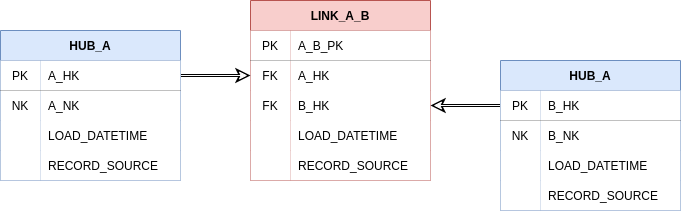
This is docs/assets/images/basic_hub_link.png from Datavault-UK/automate-dv-docs, a draw.io export, as it was before one commit. Source tidied: cells renumbered, new cells last; positions are measured from the earlier drawing's top-left corner, leaving out a move shared by most shapes.
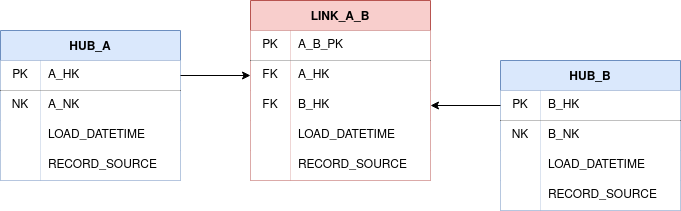
Later version of the same file.

Diff of the diagram source:
```diff
@@ -2,149 +2,137 @@
   <root>
     <mxCell id="0" />
     <mxCell id="1" parent="0" />
+    <mxCell id="48" value="HUB_A" style="shape=table;startSize=30;rowLines=0;fontStyle=1;align=center;fillColor=#dae8fc;strokeColor=#6c8ebf;swimlaneFillColor=none;" parent="1" vertex="1">
+      <mxGeometry y="30" width="180" height="150" as="geometry" />
+    </mxCell>
+    <mxCell id="49" style="shape=partialRectangle;html=1;whiteSpace=wrap;fillColor=none;top=0;left=0;bottom=1;right=0;points=[[0,0.5],[1,0.5]];portConstraint=eastwest;" parent="48" vertex="1">
+      <mxGeometry y="30" width="180" height="30" as="geometry" />
+    </mxCell>
+    <mxCell id="50" value="PK" style="shape=partialRectangle;html=1;whiteSpace=wrap;fillColor=default;top=0;left=0;bottom=0;right=0;overflow=hidden;" parent="49" vertex="1">
+      <mxGeometry width="40" height="30" as="geometry" />
+    </mxCell>
+    <mxCell id="51" value="A_HK" style="shape=partialRectangle;html=1;whiteSpace=wrap;fillColor=default;top=0;left=0;bottom=0;right=0;align=left;spacingLeft=6;overflow=hidden;" parent="49" vertex="1">
+      <mxGeometry x="40" width="140" height="30" as="geometry" />
+    </mxCell>
+    <mxCell id="52" style="shape=partialRectangle;html=1;whiteSpace=wrap;fillColor=none;top=0;left=0;bottom=0;right=0;" parent="48" vertex="1">
+      <mxGeometry y="60" width="180" height="30" as="geometry" />
+    </mxCell>
+    <mxCell id="53" value="NK" style="shape=partialRectangle;html=1;whiteSpace=wrap;fillColor=default;top=0;left=0;bottom=0;right=0;overflow=hidden;" parent="52" vertex="1">
+      <mxGeometry width="40" height="30" as="geometry" />
+    </mxCell>
+    <mxCell id="27" value="A_NK" style="shape=partialRectangle;html=1;whiteSpace=wrap;fillColor=default;top=0;left=0;bottom=0;right=0;align=left;spacingLeft=6;overflow=hidden;" parent="52" vertex="1">
+      <mxGeometry x="40" width="140" height="30" as="geometry" />
+    </mxCell>
+    <mxCell id="54" style="shape=partialRectangle;html=1;whiteSpace=wrap;fillColor=none;top=0;left=0;bottom=0;right=0;" parent="48" vertex="1">
+      <mxGeometry y="90" width="180" height="30" as="geometry" />
+    </mxCell>
+    <mxCell id="55" style="shape=partialRectangle;html=1;whiteSpace=wrap;fillColor=default;top=0;left=0;bottom=0;right=0;overflow=hidden;" parent="54" vertex="1">
+      <mxGeometry width="40" height="30" as="geometry" />
+    </mxCell>
+    <mxCell id="56" value="LOAD_DATETIME" style="shape=partialRectangle;html=1;whiteSpace=wrap;fillColor=default;top=0;left=0;bottom=0;right=0;align=left;spacingLeft=6;overflow=hidden;" parent="54" vertex="1">
+      <mxGeometry x="40" width="140" height="30" as="geometry" />
+    </mxCell>
+    <mxCell id="57" style="shape=partialRectangle;html=1;whiteSpace=wrap;fillColor=none;top=0;left=0;bottom=0;right=0;" parent="48" vertex="1">
+      <mxGeometry y="120" width="180" height="30" as="geometry" />
+    </mxCell>
+    <mxCell id="58" style="shape=partialRectangle;html=1;whiteSpace=wrap;fillColor=default;top=0;left=0;bottom=0;right=0;overflow=hidden;" parent="57" vertex="1">
+      <mxGeometry width="40" height="30" as="geometry" />
+    </mxCell>
+    <mxCell id="59" value="RECORD_SOURCE" style="shape=partialRectangle;html=1;whiteSpace=wrap;fillColor=default;top=0;left=0;bottom=0;right=0;align=left;spacingLeft=6;overflow=hidden;" parent="57" vertex="1">
+      <mxGeometry x="40" width="140" height="30" as="geometry" />
+    </mxCell>
-    <mxCell id="2" value="LINK_A_B" style="shape=table;startSize=30;rowLines=0;fontStyle=1;align=center;swimlaneFillColor=none;fillColor=#f8cecc;strokeColor=#b85450;" parent="1" vertex="1">
+    <mxCell id="2" value="LINK_A_B" style="shape=table;startSize=30;rowLines=0;fontStyle=1;align=center;fillColor=#f8cecc;strokeColor=#b85450;swimlaneFillColor=none;" parent="1" vertex="1">
       <mxGeometry x="250" width="180" height="180" as="geometry" />
     </mxCell>
-    <mxCell id="3" style="shape=partialRectangle;html=1;whiteSpace=wrap;fillColor=none;top=0;left=0;bottom=1;right=0;" parent="2" vertex="1">
-      <mxGeometry y="30" width="180" height="30" as="geometry" />
-    </mxCell>
-    <mxCell id="4" value="PK" style="shape=partialRectangle;html=1;whiteSpace=wrap;top=0;left=0;bottom=0;right=0;overflow=hidden;" parent="3" vertex="1">
-      <mxGeometry width="40" height="30" as="geometry" />
-    </mxCell>
+    <mxCell id="60" style="shape=partialRectangle;html=1;whiteSpace=wrap;fillColor=none;top=0;left=0;bottom=1;right=0;" parent="2" vertex="1">
+      <mxGeometry y="30" width="180" height="30" as="geometry" />
+    </mxCell>
+    <mxCell id="61" value="PK" style="shape=partialRectangle;html=1;whiteSpace=wrap;fillColor=default;top=0;left=0;bottom=0;right=0;overflow=hidden;" parent="60" vertex="1">
+      <mxGeometry width="40" height="30" as="geometry" />
+    </mxCell>
-    <mxCell id="5" value="A_B_PK" style="shape=partialRectangle;html=1;whiteSpace=wrap;top=0;left=0;bottom=0;right=0;align=left;spacingLeft=6;overflow=hidden;" parent="3" vertex="1">
+    <mxCell id="5" value="A_B_PK" style="shape=partialRectangle;html=1;whiteSpace=wrap;fillColor=default;top=0;left=0;bottom=0;right=0;align=left;spacingLeft=6;overflow=hidden;" parent="60" vertex="1">
       <mxGeometry x="40" width="140" height="30" as="geometry" />
     </mxCell>
-    <mxCell id="6" style="shape=partialRectangle;html=1;whiteSpace=wrap;fillColor=none;top=0;left=0;bottom=0;right=0;points=[[0,0.5],[1,0.5]];portConstraint=eastwest;" parent="2" vertex="1">
-      <mxGeometry y="60" width="180" height="30" as="geometry" />
-    </mxCell>
-    <mxCell id="7" value="FK" style="shape=partialRectangle;html=1;whiteSpace=wrap;top=0;left=0;bottom=0;right=0;overflow=hidden;" parent="6" vertex="1">
-      <mxGeometry width="40" height="30" as="geometry" />
-    </mxCell>
-    <mxCell id="8" value="A_HK" style="shape=partialRectangle;html=1;whiteSpace=wrap;top=0;left=0;bottom=0;right=0;align=left;spacingLeft=6;overflow=hidden;" parent="6" vertex="1">
-      <mxGeometry x="40" width="140" height="30" as="geometry" />
-    </mxCell>
-    <mxCell id="9" style="shape=partialRectangle;html=1;whiteSpace=wrap;fillColor=none;top=0;left=0;bottom=0;right=0;points=[[0,0.5],[1,0.5]];portConstraint=eastwest;" parent="2" vertex="1">
-      <mxGeometry y="90" width="180" height="30" as="geometry" />
-    </mxCell>
-    <mxCell id="10" value="FK" style="shape=partialRectangle;html=1;whiteSpace=wrap;top=0;left=0;bottom=0;right=0;overflow=hidden;" parent="9" vertex="1">
-      <mxGeometry width="40" height="30" as="geometry" />
-    </mxCell>
-    <mxCell id="11" value="B_HK" style="shape=partialRectangle;html=1;whiteSpace=wrap;top=0;left=0;bottom=0;right=0;align=left;spacingLeft=6;overflow=hidden;" parent="9" vertex="1">
-      <mxGeometry x="40" width="140" height="30" as="geometry" />
-    </mxCell>
-    <mxCell id="12" style="shape=partialRectangle;html=1;whiteSpace=wrap;fillColor=none;top=0;left=0;bottom=0;right=0;" parent="2" vertex="1">
-      <mxGeometry y="120" width="180" height="30" as="geometry" />
-    </mxCell>
-    <mxCell id="13" style="shape=partialRectangle;html=1;whiteSpace=wrap;top=0;left=0;bottom=0;right=0;overflow=hidden;" parent="12" vertex="1">
-      <mxGeometry width="40" height="30" as="geometry" />
-    </mxCell>
-    <mxCell id="14" value="LOAD_DATETIME" style="shape=partialRectangle;html=1;whiteSpace=wrap;top=0;left=0;bottom=0;right=0;align=left;spacingLeft=6;overflow=hidden;" parent="12" vertex="1">
-      <mxGeometry x="40" width="140" height="30" as="geometry" />
-    </mxCell>
+    <mxCell id="62" style="shape=partialRectangle;html=1;whiteSpace=wrap;fillColor=none;top=0;left=0;bottom=0;right=0;points=[[0,0.5],[1,0.5]];portConstraint=eastwest;" parent="2" vertex="1">
+      <mxGeometry y="60" width="180" height="30" as="geometry" />
+    </mxCell>
+    <mxCell id="63" value="FK" style="shape=partialRectangle;html=1;whiteSpace=wrap;fillColor=default;top=0;left=0;bottom=0;right=0;overflow=hidden;" parent="62" vertex="1">
+      <mxGeometry width="40" height="30" as="geometry" />
+    </mxCell>
+    <mxCell id="64" value="A_HK" style="shape=partialRectangle;html=1;whiteSpace=wrap;fillColor=default;top=0;left=0;bottom=0;right=0;align=left;spacingLeft=6;overflow=hidden;" parent="62" vertex="1">
+      <mxGeometry x="40" width="140" height="30" as="geometry" />
+    </mxCell>
+    <mxCell id="65" style="shape=partialRectangle;html=1;whiteSpace=wrap;fillColor=none;top=0;left=0;bottom=0;right=0;points=[[0,0.5],[1,0.5]];portConstraint=eastwest;" parent="2" vertex="1">
+      <mxGeometry y="90" width="180" height="30" as="geometry" />
+    </mxCell>
+    <mxCell id="66" value="FK" style="shape=partialRectangle;html=1;whiteSpace=wrap;fillColor=default;top=0;left=0;bottom=0;right=0;overflow=hidden;" parent="65" vertex="1">
+      <mxGeometry width="40" height="30" as="geometry" />
+    </mxCell>
+    <mxCell id="67" value="B_HK" style="shape=partialRectangle;html=1;whiteSpace=wrap;fillColor=default;top=0;left=0;bottom=0;right=0;align=left;spacingLeft=6;overflow=hidden;" parent="65" vertex="1">
+      <mxGeometry x="40" width="140" height="30" as="geometry" />
+    </mxCell>
+    <mxCell id="68" style="shape=partialRectangle;html=1;whiteSpace=wrap;fillColor=none;top=0;left=0;bottom=0;right=0;" parent="2" vertex="1">
+      <mxGeometry y="120" width="180" height="30" as="geometry" />
+    </mxCell>
+    <mxCell id="69" style="shape=partialRectangle;html=1;whiteSpace=wrap;fillColor=default;top=0;left=0;bottom=0;right=0;overflow=hidden;" parent="68" vertex="1">
+      <mxGeometry width="40" height="30" as="geometry" />
+    </mxCell>
+    <mxCell id="70" value="LOAD_DATETIME" style="shape=partialRectangle;html=1;whiteSpace=wrap;fillColor=default;top=0;left=0;bottom=0;right=0;align=left;spacingLeft=6;overflow=hidden;" parent="68" vertex="1">
+      <mxGeometry x="40" width="140" height="30" as="geometry" />
+    </mxCell>
     <mxCell id="15" style="shape=partialRectangle;html=1;whiteSpace=wrap;fillColor=none;top=0;left=0;bottom=0;right=0;" parent="2" vertex="1">
       <mxGeometry y="150" width="180" height="30" as="geometry" />
     </mxCell>
-    <mxCell id="16" style="shape=partialRectangle;html=1;whiteSpace=wrap;top=0;left=0;bottom=0;right=0;overflow=hidden;" parent="15" vertex="1">
-      <mxGeometry width="40" height="30" as="geometry" />
-    </mxCell>
-    <mxCell id="17" value="RECORD_SOURCE" style="shape=partialRectangle;html=1;whiteSpace=wrap;top=0;left=0;bottom=0;right=0;align=left;spacingLeft=6;overflow=hidden;" parent="15" vertex="1">
-      <mxGeometry x="40" width="140" height="30" as="geometry" />
-    </mxCell>
-    <mxCell id="18" style="edgeStyle=orthogonalEdgeStyle;rounded=0;jettySize=auto;html=1;exitX=1;exitY=0.5;exitDx=0;exitDy=0;entryX=0;entryY=0.5;entryDx=0;entryDy=0;strokeWidth=3;" parent="1" edge="1" source="22" target="6">
-      <mxGeometry relative="1" as="geometry" />
-    </mxCell>
-    <mxCell id="19" style="edgeStyle=orthogonalEdgeStyle;rounded=0;jettySize=auto;html=1;exitX=0;exitY=0.5;exitDx=0;exitDy=0;entryX=1;entryY=0.5;entryDx=0;entryDy=0;strokeWidth=3;" parent="1" edge="1" source="36" target="9">
-      <mxGeometry relative="1" as="geometry" />
-    </mxCell>
-    <mxCell id="20" style="edgeStyle=orthogonalEdgeStyle;rounded=0;orthogonalLoop=1;jettySize=auto;html=1;exitX=1;exitY=0.5;exitDx=0;exitDy=0;entryX=0;entryY=0.5;entryDx=0;entryDy=0;strokeWidth=1;strokeColor=#FCFCFC;" parent="1" edge="1">
-      <mxGeometry relative="1" as="geometry">
-        <mxPoint x="177" y="75" as="sourcePoint" />
-        <mxPoint x="247" y="75" as="targetPoint" />
-      </mxGeometry>
-    </mxCell>
-    <mxCell id="21" value="HUB_A" style="shape=table;startSize=30;rowLines=0;fontStyle=1;align=center;swimlaneFillColor=none;fillColor=#dae8fc;strokeColor=#6c8ebf;" parent="1" vertex="1">
-      <mxGeometry y="30" width="180" height="150" as="geometry" />
-    </mxCell>
-    <mxCell id="22" style="shape=partialRectangle;html=1;whiteSpace=wrap;fillColor=none;top=0;left=0;bottom=1;right=0;points=[[0,0.5],[1,0.5]];portConstraint=eastwest;" parent="21" vertex="1">
-      <mxGeometry y="30" width="180" height="30" as="geometry" />
-    </mxCell>
-    <mxCell id="23" value="PK" style="shape=partialRectangle;html=1;whiteSpace=wrap;top=0;left=0;bottom=0;right=0;overflow=hidden;" parent="22" vertex="1">
-      <mxGeometry width="40" height="30" as="geometry" />
-    </mxCell>
-    <mxCell id="24" value="A_HK" style="shape=partialRectangle;html=1;whiteSpace=wrap;top=0;left=0;bottom=0;right=0;align=left;spacingLeft=6;overflow=hidden;" parent="22" vertex="1">
-      <mxGeometry x="40" width="140" height="30" as="geometry" />
-    </mxCell>
-    <mxCell id="25" style="shape=partialRectangle;html=1;whiteSpace=wrap;fillColor=none;top=0;left=0;bottom=0;right=0;" parent="21" vertex="1">
-      <mxGeometry y="60" width="180" height="30" as="geometry" />
-    </mxCell>
-    <mxCell id="26" value="NK" style="shape=partialRectangle;html=1;whiteSpace=wrap;top=0;left=0;bottom=0;right=0;overflow=hidden;" parent="25" vertex="1">
-      <mxGeometry width="40" height="30" as="geometry" />
-    </mxCell>
-    <mxCell id="27" value="A_NK" style="shape=partialRectangle;html=1;whiteSpace=wrap;top=0;left=0;bottom=0;right=0;align=left;spacingLeft=6;overflow=hidden;" parent="25" vertex="1">
-      <mxGeometry x="40" width="140" height="30" as="geometry" />
-    </mxCell>
-    <mxCell id="28" style="shape=partialRectangle;html=1;whiteSpace=wrap;fillColor=none;top=0;left=0;bottom=0;right=0;" parent="21" vertex="1">
-      <mxGeometry y="90" width="180" height="30" as="geometry" />
-    </mxCell>
-    <mxCell id="29" style="shape=partialRectangle;html=1;whiteSpace=wrap;top=0;left=0;bottom=0;right=0;overflow=hidden;" parent="28" vertex="1">
-      <mxGeometry width="40" height="30" as="geometry" />
-    </mxCell>
-    <mxCell id="30" value="LOAD_DATETIME" style="shape=partialRectangle;html=1;whiteSpace=wrap;top=0;left=0;bottom=0;right=0;align=left;spacingLeft=6;overflow=hidden;" parent="28" vertex="1">
-      <mxGeometry x="40" width="140" height="30" as="geometry" />
-    </mxCell>
-    <mxCell id="31" style="shape=partialRectangle;html=1;whiteSpace=wrap;fillColor=none;top=0;left=0;bottom=0;right=0;" parent="21" vertex="1">
-      <mxGeometry y="120" width="180" height="30" as="geometry" />
-    </mxCell>
-    <mxCell id="32" style="shape=partialRectangle;html=1;whiteSpace=wrap;top=0;left=0;bottom=0;right=0;overflow=hidden;" parent="31" vertex="1">
-      <mxGeometry width="40" height="30" as="geometry" />
-    </mxCell>
-    <mxCell id="33" value="RECORD_SOURCE" style="shape=partialRectangle;html=1;whiteSpace=wrap;top=0;left=0;bottom=0;right=0;align=left;spacingLeft=6;overflow=hidden;" parent="31" vertex="1">
-      <mxGeometry x="40" width="140" height="30" as="geometry" />
-    </mxCell>
-    <mxCell id="34" style="edgeStyle=orthogonalEdgeStyle;rounded=0;orthogonalLoop=1;jettySize=auto;html=1;exitX=1;exitY=0.5;exitDx=0;exitDy=0;entryX=0;entryY=0.5;entryDx=0;entryDy=0;strokeWidth=1;strokeColor=#FCFCFC;startArrow=classic;startFill=1;endArrow=none;endFill=0;" parent="1" edge="1">
-      <mxGeometry relative="1" as="geometry">
-        <mxPoint x="433" y="105" as="sourcePoint" />
-        <mxPoint x="503" y="105" as="targetPoint" />
-      </mxGeometry>
-    </mxCell>
-    <mxCell id="35" value="HUB_A" style="shape=table;startSize=30;rowLines=0;fontStyle=1;align=center;swimlaneFillColor=none;fillColor=#dae8fc;strokeColor=#6c8ebf;" parent="1" vertex="1">
-      <mxGeometry x="500" y="60" width="180" height="150" as="geometry" />
-    </mxCell>
-    <mxCell id="36" style="shape=partialRectangle;html=1;whiteSpace=wrap;fillColor=none;top=0;left=0;bottom=1;right=0;points=[[0,0.5],[1,0.5]];portConstraint=eastwest;" parent="35" vertex="1">
-      <mxGeometry y="30" width="180" height="30" as="geometry" />
-    </mxCell>
-    <mxCell id="37" value="PK" style="shape=partialRectangle;html=1;whiteSpace=wrap;top=0;left=0;bottom=0;right=0;overflow=hidden;" parent="36" vertex="1">
-      <mxGeometry width="40" height="30" as="geometry" />
-    </mxCell>
-    <mxCell id="38" value="B_HK" style="shape=partialRectangle;html=1;whiteSpace=wrap;top=0;left=0;bottom=0;right=0;align=left;spacingLeft=6;overflow=hidden;" parent="36" vertex="1">
-      <mxGeometry x="40" width="140" height="30" as="geometry" />
-    </mxCell>
-    <mxCell id="39" style="shape=partialRectangle;html=1;whiteSpace=wrap;fillColor=none;top=0;left=0;bottom=0;right=0;" parent="35" vertex="1">
-      <mxGeometry y="60" width="180" height="30" as="geometry" />
-    </mxCell>
-    <mxCell id="40" value="NK" style="shape=partialRectangle;html=1;whiteSpace=wrap;top=0;left=0;bottom=0;right=0;overflow=hidden;" parent="39" vertex="1">
-      <mxGeometry width="40" height="30" as="geometry" />
-    </mxCell>
+    <mxCell id="71" style="shape=partialRectangle;html=1;whiteSpace=wrap;fillColor=default;top=0;left=0;bottom=0;right=0;overflow=hidden;" parent="15" vertex="1">
+      <mxGeometry width="40" height="30" as="geometry" />
+    </mxCell>
+    <mxCell id="72" value="RECORD_SOURCE" style="shape=partialRectangle;html=1;whiteSpace=wrap;fillColor=default;top=0;left=0;bottom=0;right=0;align=left;spacingLeft=6;overflow=hidden;" parent="15" vertex="1">
+      <mxGeometry x="40" width="140" height="30" as="geometry" />
+    </mxCell>
+    <mxCell id="73" style="edgeStyle=orthogonalEdgeStyle;rounded=0;jettySize=auto;html=1;exitX=1;exitY=0.5;exitDx=0;exitDy=0;entryX=0;entryY=0.5;entryDx=0;entryDy=0;labelBackgroundColor=default;" parent="1" edge="1" source="49" target="62">
+      <mxGeometry relative="1" as="geometry" />
+    </mxCell>
+    <mxCell id="74" value="HUB_B" style="shape=table;startSize=30;rowLines=0;fontStyle=1;align=center;fillColor=#dae8fc;strokeColor=#6c8ebf;swimlaneFillColor=none;" parent="1" vertex="1">
+      <mxGeometry x="500" y="60" width="180" height="150" as="geometry" />
+    </mxCell>
+    <mxCell id="75" style="shape=partialRectangle;html=1;whiteSpace=wrap;fillColor=none;top=0;left=0;bottom=1;right=0;points=[[0,0.5],[1,0.5]];portConstraint=eastwest;" parent="74" vertex="1">
+      <mxGeometry y="30" width="180" height="30" as="geometry" />
+    </mxCell>
+    <mxCell id="76" value="PK" style="shape=partialRectangle;html=1;whiteSpace=wrap;fillColor=default;top=0;left=0;bottom=0;right=0;overflow=hidden;" parent="75" vertex="1">
+      <mxGeometry width="40" height="30" as="geometry" />
+    </mxCell>
+    <mxCell id="77" value="B_HK" style="shape=partialRectangle;html=1;whiteSpace=wrap;fillColor=default;top=0;left=0;bottom=0;right=0;align=left;spacingLeft=6;overflow=hidden;" parent="75" vertex="1">
+      <mxGeometry x="40" width="140" height="30" as="geometry" />
+    </mxCell>
+    <mxCell id="78" style="shape=partialRectangle;html=1;whiteSpace=wrap;fillColor=none;top=0;left=0;bottom=0;right=0;" parent="74" vertex="1">
+      <mxGeometry y="60" width="180" height="30" as="geometry" />
+    </mxCell>
+    <mxCell id="79" value="NK" style="shape=partialRectangle;html=1;whiteSpace=wrap;fillColor=default;top=0;left=0;bottom=0;right=0;overflow=hidden;" parent="78" vertex="1">
+      <mxGeometry width="40" height="30" as="geometry" />
+    </mxCell>
-    <mxCell id="41" value="B_NK" style="shape=partialRectangle;html=1;whiteSpace=wrap;top=0;left=0;bottom=0;right=0;align=left;spacingLeft=6;overflow=hidden;" parent="39" vertex="1">
+    <mxCell id="41" value="B_NK" style="shape=partialRectangle;html=1;whiteSpace=wrap;fillColor=default;top=0;left=0;bottom=0;right=0;align=left;spacingLeft=6;overflow=hidden;" parent="78" vertex="1">
       <mxGeometry x="40" width="140" height="30" as="geometry" />
     </mxCell>
-    <mxCell id="42" style="shape=partialRectangle;html=1;whiteSpace=wrap;fillColor=none;top=0;left=0;bottom=0;right=0;" parent="35" vertex="1">
-      <mxGeometry y="90" width="180" height="30" as="geometry" />
-    </mxCell>
-    <mxCell id="43" style="shape=partialRectangle;html=1;whiteSpace=wrap;top=0;left=0;bottom=0;right=0;overflow=hidden;" parent="42" vertex="1">
-      <mxGeometry width="40" height="30" as="geometry" />
-    </mxCell>
-    <mxCell id="44" value="LOAD_DATETIME" style="shape=partialRectangle;html=1;whiteSpace=wrap;top=0;left=0;bottom=0;right=0;align=left;spacingLeft=6;overflow=hidden;" parent="42" vertex="1">
-      <mxGeometry x="40" width="140" height="30" as="geometry" />
-    </mxCell>
-    <mxCell id="45" style="shape=partialRectangle;html=1;whiteSpace=wrap;fillColor=none;top=0;left=0;bottom=0;right=0;" parent="35" vertex="1">
-      <mxGeometry y="120" width="180" height="30" as="geometry" />
-    </mxCell>
-    <mxCell id="46" style="shape=partialRectangle;html=1;whiteSpace=wrap;top=0;left=0;bottom=0;right=0;overflow=hidden;" parent="45" vertex="1">
-      <mxGeometry width="40" height="30" as="geometry" />
-    </mxCell>
-    <mxCell id="47" value="RECORD_SOURCE" style="shape=partialRectangle;html=1;whiteSpace=wrap;top=0;left=0;bottom=0;right=0;align=left;spacingLeft=6;overflow=hidden;" parent="45" vertex="1">
-      <mxGeometry x="40" width="140" height="30" as="geometry" />
-    </mxCell>
+    <mxCell id="80" style="shape=partialRectangle;html=1;whiteSpace=wrap;fillColor=none;top=0;left=0;bottom=0;right=0;" parent="74" vertex="1">
+      <mxGeometry y="90" width="180" height="30" as="geometry" />
+    </mxCell>
+    <mxCell id="81" style="shape=partialRectangle;html=1;whiteSpace=wrap;fillColor=default;top=0;left=0;bottom=0;right=0;overflow=hidden;" parent="80" vertex="1">
+      <mxGeometry width="40" height="30" as="geometry" />
+    </mxCell>
+    <mxCell id="82" value="LOAD_DATETIME" style="shape=partialRectangle;html=1;whiteSpace=wrap;fillColor=default;top=0;left=0;bottom=0;right=0;align=left;spacingLeft=6;overflow=hidden;" parent="80" vertex="1">
+      <mxGeometry x="40" width="140" height="30" as="geometry" />
+    </mxCell>
+    <mxCell id="83" style="shape=partialRectangle;html=1;whiteSpace=wrap;fillColor=none;top=0;left=0;bottom=0;right=0;" parent="74" vertex="1">
+      <mxGeometry y="120" width="180" height="30" as="geometry" />
+    </mxCell>
+    <mxCell id="84" style="shape=partialRectangle;html=1;whiteSpace=wrap;fillColor=default;top=0;left=0;bottom=0;right=0;overflow=hidden;" parent="83" vertex="1">
+      <mxGeometry width="40" height="30" as="geometry" />
+    </mxCell>
+    <mxCell id="85" value="RECORD_SOURCE" style="shape=partialRectangle;html=1;whiteSpace=wrap;fillColor=default;top=0;left=0;bottom=0;right=0;align=left;spacingLeft=6;overflow=hidden;" parent="83" vertex="1">
+      <mxGeometry x="40" width="140" height="30" as="geometry" />
+    </mxCell>
+    <mxCell id="86" style="edgeStyle=orthogonalEdgeStyle;rounded=0;jettySize=auto;html=1;exitX=0;exitY=0.5;exitDx=0;exitDy=0;entryX=1;entryY=0.5;entryDx=0;entryDy=0;" parent="1" edge="1" source="75" target="65">
+      <mxGeometry relative="1" as="geometry" />
+    </mxCell>
   </root>
 </mxGraphModel>
```
